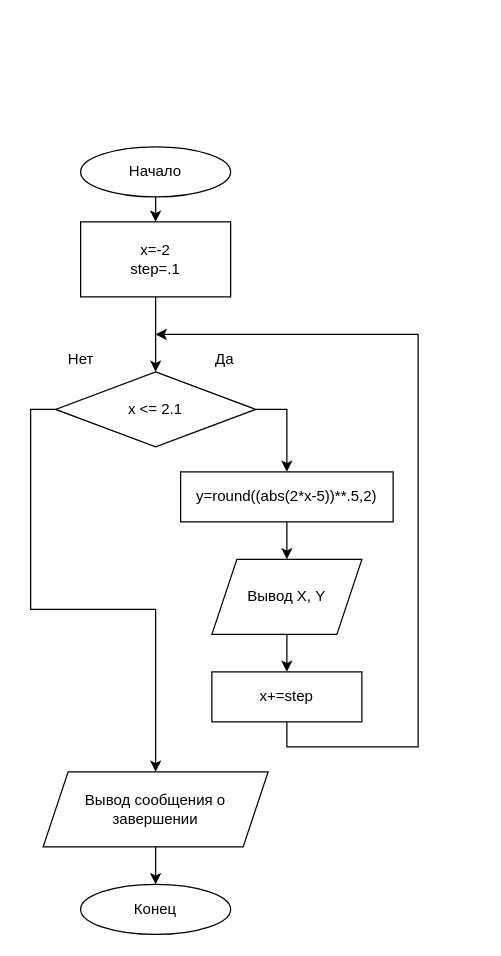
Above: 2-kurs/2-1/Инструментальное ПО/Листопадова/62.drawio in stanislaumich/olga (draw.io), before the change. Source tidied: cells renumbered, new cells numbered last; positions are measured from the earlier drawing's top-left corner, leaving out a move shared by most shapes. Both pictures are drawn from the tidied source at 125%, with x=0, y=0 at pixel (42, 146).
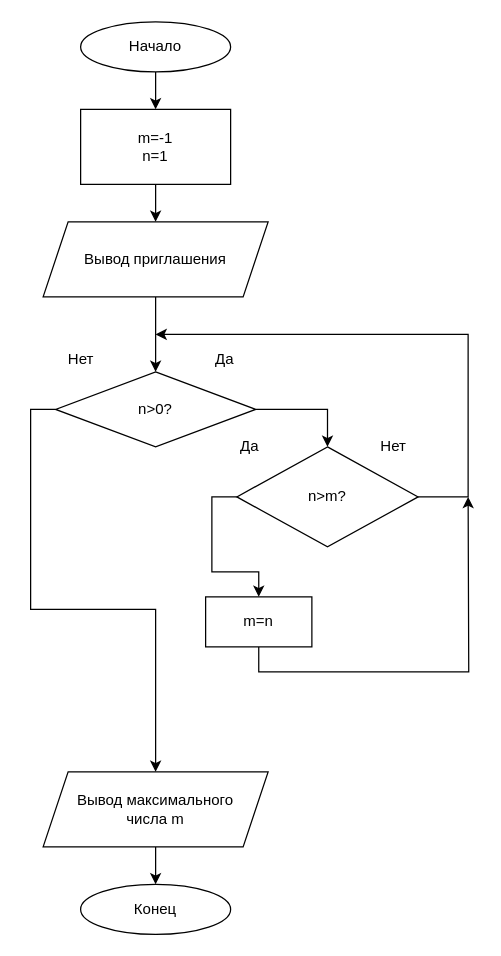
Above is the later version.

Diff of the diagram source:
```diff
@@
     <mxCell id="3" value="Начало" style="ellipse;whiteSpace=wrap;html=1;" parent="1" vertex="1">
-      <mxGeometry x="30" width="120" height="40" as="geometry" />
+      <mxGeometry x="30" y="-100" width="120" height="40" as="geometry" />
     </mxCell>
-    <mxCell id="4" style="edgeStyle=orthogonalEdgeStyle;rounded=0;jettySize=auto;html=1;exitX=0.5;exitY=1;exitDx=0;exitDy=0;entryX=0.5;entryY=0;entryDx=0;entryDy=0;" parent="1" edge="1" source="5" target="10">
+    <mxCell id="4" style="edgeStyle=orthogonalEdgeStyle;rounded=0;jettySize=auto;html=1;entryX=0.5;entryY=0;entryDx=0;entryDy=0;" parent="1" edge="1" source="22" target="10">
       <mxGeometry relative="1" as="geometry" />
     </mxCell>
+    <mxCell id="20" style="edgeStyle=orthogonalEdgeStyle;rounded=0;jettySize=auto;html=1;exitX=0.5;exitY=1;exitDx=0;exitDy=0;" parent="1" edge="1" source="5" target="22">
+      <mxGeometry relative="1" as="geometry" />
+    </mxCell>
-    <mxCell id="5" value="x=-2&lt;br&gt;step=.1" style="rounded=0;whiteSpace=wrap;html=1;" parent="1" vertex="1">
-      <mxGeometry x="30" y="60" width="120" height="60" as="geometry" />
+    <mxCell id="5" value="&lt;div&gt;m=-1&lt;/div&gt;&lt;div&gt;n=1&lt;/div&gt;" style="rounded=0;whiteSpace=wrap;html=1;" parent="1" vertex="1">
+      <mxGeometry x="30" y="-30" width="120" height="60" as="geometry" />
     </mxCell>
@@
-    <mxCell id="8" style="edgeStyle=orthogonalEdgeStyle;rounded=0;jettySize=auto;html=1;exitX=1;exitY=0.5;exitDx=0;exitDy=0;entryX=0.5;entryY=0;entryDx=0;entryDy=0;" parent="1" edge="1" source="10" target="14">
+    <mxCell id="8" style="edgeStyle=orthogonalEdgeStyle;rounded=0;jettySize=auto;html=1;exitX=1;exitY=0.5;exitDx=0;exitDy=0;entryX=0.5;entryY=0;entryDx=0;entryDy=0;" parent="1" edge="1" source="10" target="24">
       <mxGeometry relative="1" as="geometry" />
     </mxCell>
@@
-    <mxCell id="10" value="x &amp;lt;= 2.1" style="rhombus;whiteSpace=wrap;html=1;" parent="1" vertex="1">
+    <mxCell id="10" value="n&amp;gt;0?" style="rhombus;whiteSpace=wrap;html=1;" parent="1" vertex="1">
       <mxGeometry x="10" y="180" width="160" height="60" as="geometry" />
     </mxCell>
@@
-    <mxCell id="13" style="edgeStyle=orthogonalEdgeStyle;rounded=0;jettySize=auto;html=1;exitX=0.5;exitY=1;exitDx=0;exitDy=0;" parent="1" edge="1" source="14" target="16">
-      <mxGeometry relative="1" as="geometry" />
-    </mxCell>
-    <mxCell id="14" value="&lt;div&gt;y=round((abs(2*x-5))**.5,2)&lt;/div&gt;" style="rounded=0;whiteSpace=wrap;html=1;" parent="1" vertex="1">
-      <mxGeometry x="110" y="260" width="170" height="40" as="geometry" />
-    </mxCell>
-    <mxCell id="15" style="edgeStyle=orthogonalEdgeStyle;rounded=0;jettySize=auto;html=1;exitX=0.5;exitY=1;exitDx=0;exitDy=0;entryX=0.5;entryY=0;entryDx=0;entryDy=0;" parent="1" edge="1" source="16" target="18">
-      <mxGeometry relative="1" as="geometry" />
-    </mxCell>
-    <mxCell id="16" value="Вывод Х, Y" style="shape=parallelogram;perimeter=parallelogramPerimeter;whiteSpace=wrap;html=1;fixedSize=1;" parent="1" vertex="1">
-      <mxGeometry x="135" y="330" width="120" height="60" as="geometry" />
-    </mxCell>
-    <mxCell id="17" style="edgeStyle=orthogonalEdgeStyle;rounded=0;jettySize=auto;html=1;exitX=0.5;exitY=1;exitDx=0;exitDy=0;" parent="1" edge="1" source="18">
+    <mxCell id="17" style="edgeStyle=orthogonalEdgeStyle;rounded=0;jettySize=auto;html=1;exitX=1;exitY=0.5;exitDx=0;exitDy=0;" parent="1" edge="1" source="24">
       <mxGeometry relative="1" as="geometry">
         <mxPoint x="90" y="150" as="targetPoint" />
         <Array as="points">
-          <mxPoint x="195" y="480" />
-          <mxPoint x="300" y="480" />
-          <mxPoint x="300" y="150" />
+          <mxPoint x="340" y="280" />
+          <mxPoint x="340" y="150" />
         </Array>
       </mxGeometry>
     </mxCell>
+    <mxCell id="21" style="edgeStyle=orthogonalEdgeStyle;rounded=0;jettySize=auto;html=1;exitX=0.5;exitY=1;exitDx=0;exitDy=0;" parent="1" edge="1" source="18">
+      <mxGeometry relative="1" as="geometry">
+        <mxPoint x="340" y="280" as="targetPoint" />
+      </mxGeometry>
+    </mxCell>
-    <mxCell id="18" value="x+=step" style="rounded=0;whiteSpace=wrap;html=1;" parent="1" vertex="1">
-      <mxGeometry x="135" y="420" width="120" height="40" as="geometry" />
+    <mxCell id="18" value="m=n" style="rounded=0;whiteSpace=wrap;html=1;" parent="1" vertex="1">
+      <mxGeometry x="130" y="360" width="85" height="40" as="geometry" />
     </mxCell>
-    <mxCell id="19" value="Вывод сообщения о завершении" style="shape=parallelogram;perimeter=parallelogramPerimeter;whiteSpace=wrap;html=1;fixedSize=1;" parent="1" vertex="1">
+    <mxCell id="19" value="Вывод максимального &lt;br&gt;числа m" style="shape=parallelogram;perimeter=parallelogramPerimeter;whiteSpace=wrap;html=1;fixedSize=1;" parent="1" vertex="1">
       <mxGeometry y="500" width="180" height="60" as="geometry" />
     </mxCell>
+    <mxCell id="22" value="Вывод приглашения" style="shape=parallelogram;perimeter=parallelogramPerimeter;whiteSpace=wrap;html=1;fixedSize=1;" parent="1" vertex="1">
+      <mxGeometry y="60" width="180" height="60" as="geometry" />
+    </mxCell>
+    <mxCell id="23" style="edgeStyle=orthogonalEdgeStyle;rounded=0;jettySize=auto;html=1;exitX=0;exitY=0.5;exitDx=0;exitDy=0;" parent="1" edge="1" source="24" target="18">
+      <mxGeometry relative="1" as="geometry" />
+    </mxCell>
+    <mxCell id="24" value="n&amp;gt;m?" style="rhombus;whiteSpace=wrap;html=1;" parent="1" vertex="1">
+      <mxGeometry x="155" y="240" width="145" height="80" as="geometry" />
+    </mxCell>
+    <mxCell id="25" value="Да" style="text;html=1;align=center;verticalAlign=middle;strokeColor=none;" parent="1" vertex="1">
+      <mxGeometry x="150" y="230" width="30" height="20" as="geometry" />
+    </mxCell>
+    <mxCell id="26" value="Нет" style="text;html=1;align=center;verticalAlign=middle;strokeColor=none;" parent="1" vertex="1">
+      <mxGeometry x="260" y="230" width="40" height="20" as="geometry" />
+    </mxCell>
```
